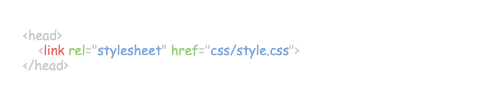
Before: docs/img-css-structure-1.png, a diagram exported from draw.io (prime-x-co-ltd/px-overview). Source tidied: cells renumbered, new cells last; positions are measured from the earlier drawing's top-left corner, leaving out a move shared by most shapes. Its diagram source:
```xml
<mxGraphModel>
  <root>
    <mxCell id="0" />
    <mxCell id="1" parent="0" />
    <mxCell id="2" style="rounded=1;whiteSpace=wrap;html=1;strokeWidth=1;fontFamily=Courier New;fontSize=23;arcSize=6;strokeColor=none;" parent="1" vertex="1">
      <mxGeometry y="20" width="460" height="62" as="geometry" />
    </mxCell>
    <mxCell id="3" value="&lt;font color=&quot;#cccccc&quot; style=&quot;font-size: 13px;&quot;&gt;&amp;lt;head&amp;gt;&lt;br style=&quot;font-size: 13px;&quot;&gt;&amp;nbsp; &amp;nbsp; &amp;lt;&lt;/font&gt;&lt;font style=&quot;font-size: 13px;&quot; color=&quot;#ea6b66&quot;&gt;link&lt;/font&gt;&lt;font color=&quot;#cccccc&quot; style=&quot;font-size: 13px;&quot;&gt; &lt;/font&gt;&lt;font style=&quot;font-size: 13px;&quot; color=&quot;#97d077&quot;&gt;rel&lt;/font&gt;&lt;font color=&quot;#cccccc&quot; style=&quot;font-size: 13px;&quot;&gt;=&quot;&lt;/font&gt;&lt;font style=&quot;font-size: 13px;&quot; color=&quot;#7ea6e0&quot;&gt;stylesheet&lt;/font&gt;&lt;font color=&quot;#cccccc&quot; style=&quot;font-size: 13px;&quot;&gt;&quot; &lt;/font&gt;&lt;font style=&quot;font-size: 13px;&quot; color=&quot;#97d077&quot;&gt;href&lt;/font&gt;&lt;font color=&quot;#cccccc&quot; style=&quot;font-size: 13px;&quot;&gt;=&quot;&lt;/font&gt;&lt;font style=&quot;font-size: 13px;&quot; color=&quot;#7ea6e0&quot;&gt;css/style.css&lt;/font&gt;&lt;font color=&quot;#cccccc&quot; style=&quot;font-size: 13px;&quot;&gt;&quot;&amp;gt;&lt;br style=&quot;font-size: 13px;&quot;&gt;&amp;lt;/head&amp;gt;&lt;br style=&quot;font-size: 13px;&quot;&gt;&lt;/font&gt;" style="text;html=1;strokeColor=none;fillColor=none;align=left;verticalAlign=middle;whiteSpace=wrap;rounded=0;strokeWidth=1;fontSize=13;fontFamily=Comic Sans MS;fontStyle=0;spacing=3;spacingTop=0;" parent="1" vertex="1">
      <mxGeometry x="20" width="470" height="100" as="geometry" />
    </mxCell>
  </root>
</mxGraphModel>
```
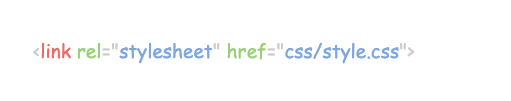
After the commit.

What changed in the source:
```diff
@@ -3,10 +3,10 @@
     <mxCell id="0" />
     <mxCell id="1" parent="0" />
     <mxCell id="2" style="rounded=1;whiteSpace=wrap;html=1;strokeWidth=1;fontFamily=Courier New;fontSize=23;arcSize=6;strokeColor=none;" parent="1" vertex="1">
-      <mxGeometry y="20" width="460" height="62" as="geometry" />
+      <mxGeometry y="42" width="510" height="80" as="geometry" />
     </mxCell>
-    <mxCell id="3" value="&lt;font color=&quot;#cccccc&quot; style=&quot;font-size: 13px;&quot;&gt;&amp;lt;head&amp;gt;&lt;br style=&quot;font-size: 13px;&quot;&gt;&amp;nbsp; &amp;nbsp; &amp;lt;&lt;/font&gt;&lt;font style=&quot;font-size: 13px;&quot; color=&quot;#ea6b66&quot;&gt;link&lt;/font&gt;&lt;font color=&quot;#cccccc&quot; style=&quot;font-size: 13px;&quot;&gt; &lt;/font&gt;&lt;font style=&quot;font-size: 13px;&quot; color=&quot;#97d077&quot;&gt;rel&lt;/font&gt;&lt;font color=&quot;#cccccc&quot; style=&quot;font-size: 13px;&quot;&gt;=&quot;&lt;/font&gt;&lt;font style=&quot;font-size: 13px;&quot; color=&quot;#7ea6e0&quot;&gt;stylesheet&lt;/font&gt;&lt;font color=&quot;#cccccc&quot; style=&quot;font-size: 13px;&quot;&gt;&quot; &lt;/font&gt;&lt;font style=&quot;font-size: 13px;&quot; color=&quot;#97d077&quot;&gt;href&lt;/font&gt;&lt;font color=&quot;#cccccc&quot; style=&quot;font-size: 13px;&quot;&gt;=&quot;&lt;/font&gt;&lt;font style=&quot;font-size: 13px;&quot; color=&quot;#7ea6e0&quot;&gt;css/style.css&lt;/font&gt;&lt;font color=&quot;#cccccc&quot; style=&quot;font-size: 13px;&quot;&gt;&quot;&amp;gt;&lt;br style=&quot;font-size: 13px;&quot;&gt;&amp;lt;/head&amp;gt;&lt;br style=&quot;font-size: 13px;&quot;&gt;&lt;/font&gt;" style="text;html=1;strokeColor=none;fillColor=none;align=left;verticalAlign=middle;whiteSpace=wrap;rounded=0;strokeWidth=1;fontSize=13;fontFamily=Comic Sans MS;fontStyle=0;spacing=3;spacingTop=0;" parent="1" vertex="1">
-      <mxGeometry x="20" width="470" height="100" as="geometry" />
+    <mxCell id="3" value="&lt;font color=&quot;#cccccc&quot; style=&quot;font-size: 19px&quot;&gt;&amp;lt;&lt;/font&gt;&lt;font style=&quot;font-size: 19px&quot; color=&quot;#ea6b66&quot;&gt;link&lt;/font&gt;&lt;font color=&quot;#cccccc&quot; style=&quot;font-size: 19px&quot;&gt; &lt;/font&gt;&lt;font style=&quot;font-size: 19px&quot; color=&quot;#97d077&quot;&gt;rel&lt;/font&gt;&lt;font color=&quot;#cccccc&quot; style=&quot;font-size: 19px&quot;&gt;=&quot;&lt;/font&gt;&lt;font style=&quot;font-size: 19px&quot; color=&quot;#7ea6e0&quot;&gt;stylesheet&lt;/font&gt;&lt;font color=&quot;#cccccc&quot; style=&quot;font-size: 19px&quot;&gt;&quot; &lt;/font&gt;&lt;font style=&quot;font-size: 19px&quot; color=&quot;#97d077&quot;&gt;href&lt;/font&gt;&lt;font color=&quot;#cccccc&quot; style=&quot;font-size: 19px&quot;&gt;=&quot;&lt;/font&gt;&lt;font style=&quot;font-size: 19px&quot; color=&quot;#7ea6e0&quot;&gt;css/style.css&lt;/font&gt;&lt;font color=&quot;#cccccc&quot; style=&quot;font-size: 19px&quot;&gt;&quot;&amp;gt;&lt;br style=&quot;font-size: 19px&quot;&gt;&lt;/font&gt;" style="text;html=1;strokeColor=none;fillColor=none;align=left;verticalAlign=middle;whiteSpace=wrap;rounded=0;strokeWidth=1;fontSize=19;fontFamily=Comic Sans MS;fontStyle=0;spacing=3;spacingTop=0;" parent="1" vertex="1">
+      <mxGeometry x="30" y="32" width="470" height="100" as="geometry" />
     </mxCell>
   </root>
 </mxGraphModel>
```
